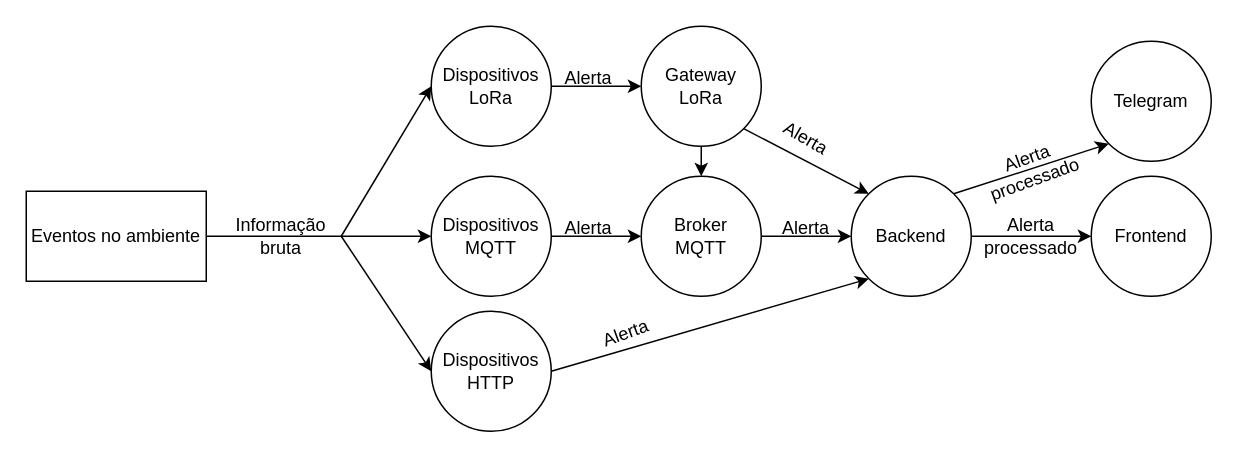
Before: page "Nivel 1" (2 of 2) of backend/diagrams/dfd.drawio in darkvictor13/Alert-Monitoring-System, a draw.io diagram. Source tidied: cells renumbered, new cells numbered last; positions are measured from the earlier drawing's top-left corner, leaving out a move shared by most shapes. Both pictures are drawn from the tidied source at 150%, with x=0, y=0 at pixel (26, 26).
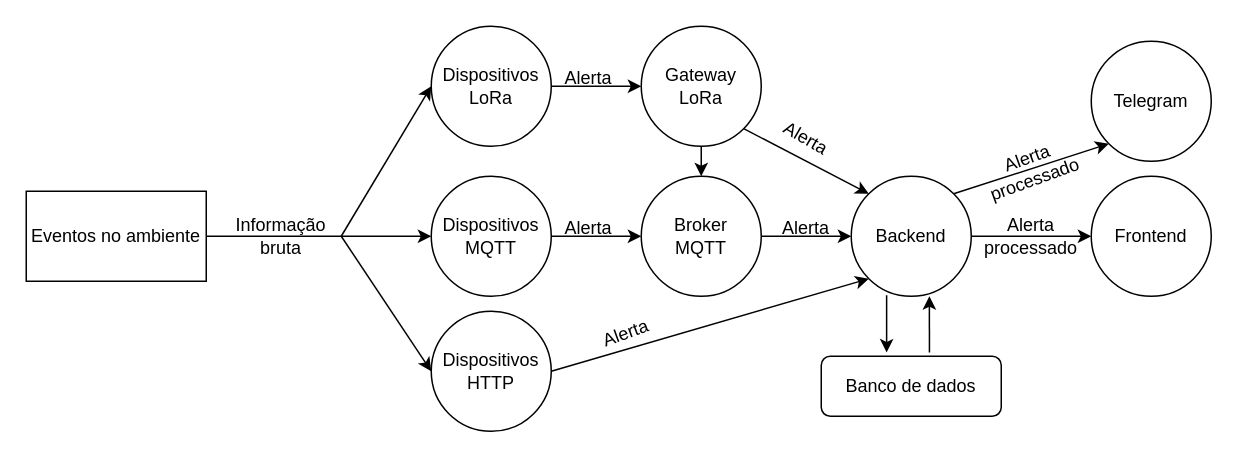
After the change.

Unchanged cells that the change refers to:
```xml
<mxCell id="20" value="Backend" style="ellipse;whiteSpace=wrap;html=1;" parent="1" vertex="1">
  <mxGeometry x="550" y="100" width="80" height="80" as="geometry" />
</mxCell>
```

The edit, as a diff of the source:
```diff
@@
+    <mxCell id="30" style="edgeStyle=none;html=1;entryX=0.363;entryY=-0.063;entryDx=0;entryDy=0;exitX=0.295;exitY=0.991;exitDx=0;exitDy=0;exitPerimeter=0;entryPerimeter=0;" parent="1" edge="1" source="20" target="32">
+      <mxGeometry relative="1" as="geometry" />
+    </mxCell>
@@
+    <mxCell id="31" style="edgeStyle=none;html=1;entryX=0.651;entryY=1;entryDx=0;entryDy=0;exitX=0.601;exitY=-0.063;exitDx=0;exitDy=0;exitPerimeter=0;entryPerimeter=0;" parent="1" edge="1" source="32" target="20">
+      <mxGeometry relative="1" as="geometry" />
+    </mxCell>
+    <mxCell id="32" value="Banco de dados" style="rounded=1;whiteSpace=wrap;html=1;" parent="1" vertex="1">
+      <mxGeometry x="530" y="220" width="120" height="40" as="geometry" />
+    </mxCell>
```
